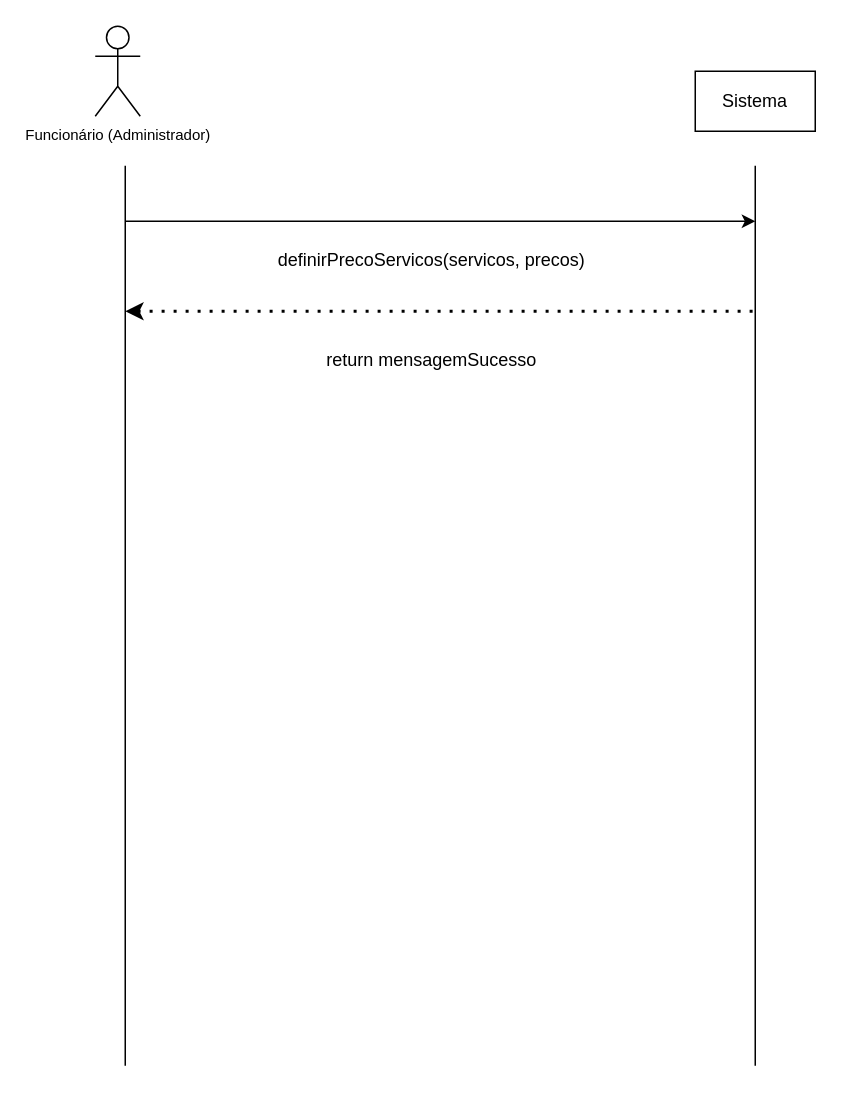
The draw.io diagram ssd10.drawio in luccamarshall/DCO, before the edit. Source tidied: cells renumbered, new cells numbered last; positions are measured from the earlier drawing's top-left corner, leaving out a move shared by most shapes. Both pictures are drawn from the tidied source at 150%, with x=0, y=0 at pixel (94, 26).
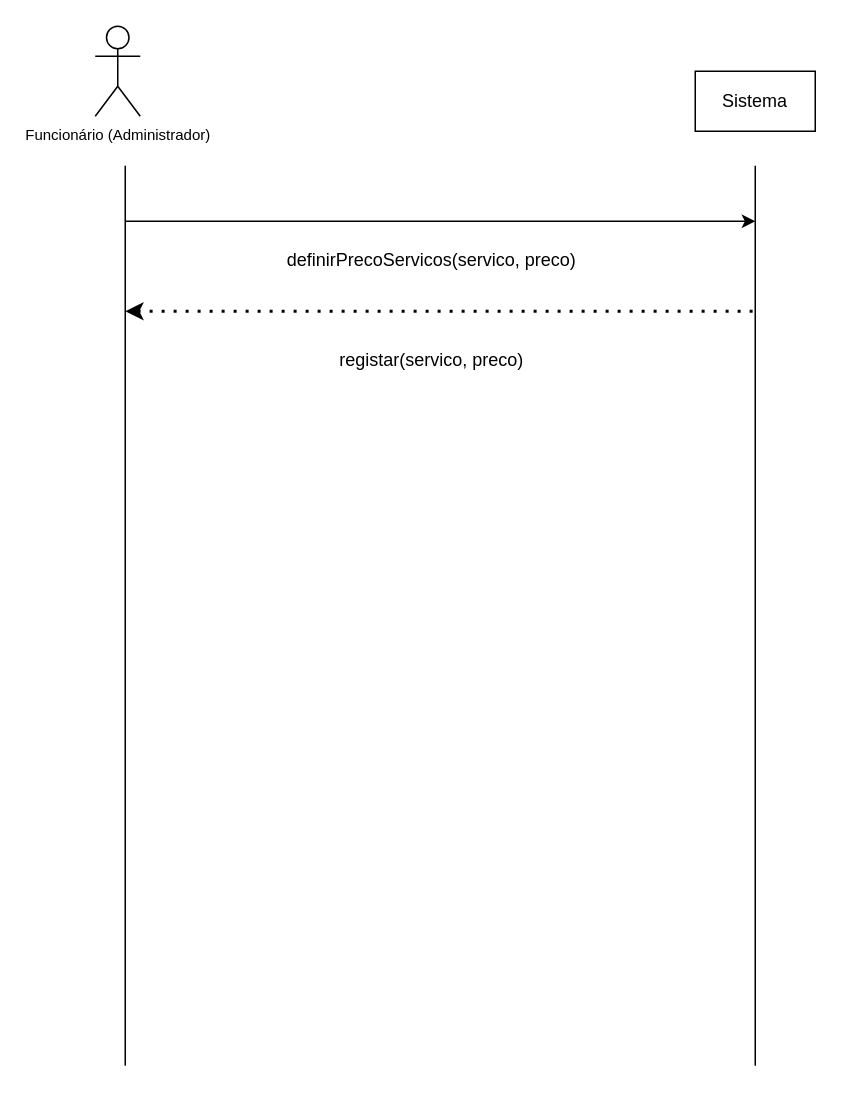
The same page after the edit.

The edit, as a diff of the source:
```diff
@@
 <mxGraphModel>
   <root>
     <mxCell id="0" />
     <mxCell id="1" parent="0" />
     <mxCell id="2" value="&lt;sup&gt;Funcionário (Administrador)&lt;/sup&gt;" style="shape=umlActor;verticalLabelPosition=bottom;verticalAlign=top;html=1;" parent="1" vertex="1">
       <mxGeometry width="30" height="60" as="geometry" />
     </mxCell>
     <mxCell id="3" style="endArrow=none;html=1;rounded=0;" parent="1" edge="1">
       <mxGeometry relative="1" as="geometry">
         <mxPoint x="20" y="693" as="sourcePoint" />
         <mxPoint x="20" y="93" as="targetPoint" />
       </mxGeometry>
     </mxCell>
     <mxCell id="4" style="endArrow=classic;html=1;rounded=0;" parent="1" edge="1">
       <mxGeometry relative="1" as="geometry">
         <mxPoint x="20" y="130" as="sourcePoint" />
         <mxPoint x="440" y="130" as="targetPoint" />
       </mxGeometry>
     </mxCell>
-    <mxCell id="5" value="definirPrecoServicos(servicos, precos)" style="text;html=1;align=center;verticalAlign=middle;strokeColor=none;fillColor=none;" parent="1" vertex="1">
-      <mxGeometry x="109" y="141" width="230" height="30" as="geometry" />
+    <mxCell id="5" value="definirPrecoServicos(servico, preco)" style="text;html=1;align=center;verticalAlign=middle;strokeColor=none;fillColor=none;" parent="1" vertex="1">
+      <mxGeometry x="114" y="141" width="220" height="30" as="geometry" />
     </mxCell>
     <mxCell id="6" style="endArrow=none;html=1;rounded=0;" parent="1" edge="1">
       <mxGeometry relative="1" as="geometry">
         <mxPoint x="440" y="693" as="sourcePoint" />
         <mxPoint x="440" y="93" as="targetPoint" />
       </mxGeometry>
     </mxCell>
     <mxCell id="7" style="endArrow=none;dashed=1;html=1;dashPattern=1 3;strokeWidth=2;rounded=0;startArrow=classic;startFill=1;" parent="1" edge="1">
       <mxGeometry relative="1" as="geometry">
         <mxPoint x="20" y="190" as="sourcePoint" />
         <mxPoint x="440" y="190" as="targetPoint" />
       </mxGeometry>
     </mxCell>
-    <mxCell id="8" value="return mensagemSucesso" style="text;html=1;align=center;verticalAlign=middle;strokeColor=none;fillColor=none;" parent="1" vertex="1">
-      <mxGeometry x="144" y="208" width="160" height="30" as="geometry" />
+    <mxCell id="8" value="registar(servico, preco)" style="text;html=1;align=center;verticalAlign=middle;strokeColor=none;fillColor=none;" parent="1" vertex="1">
+      <mxGeometry x="149" y="208" width="150" height="30" as="geometry" />
     </mxCell>
     <mxCell id="9" value="Sistema" style="rounded=0;whiteSpace=wrap;html=1;" parent="1" vertex="1">
       <mxGeometry x="400" y="30" width="80" height="40" as="geometry" />
     </mxCell>
   </root>
 </mxGraphModel>
```
